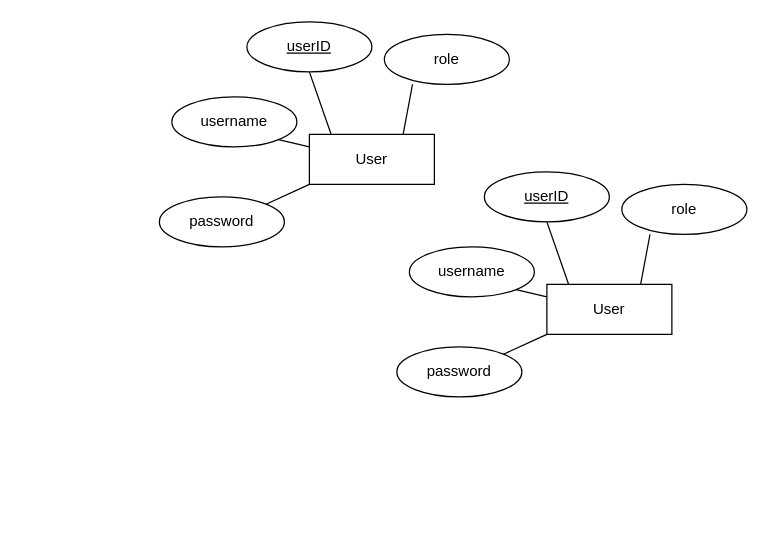
Before: Untitled Diagram.drawio in aurora-mei/BookSelling, a draw.io diagram. Source tidied: cells renumbered, new cells numbered last; positions are measured from the earlier drawing's top-left corner, leaving out a move shared by most shapes. Both pictures are drawn from the tidied source at 125%, with x=0, y=0 at pixel (159, 21).
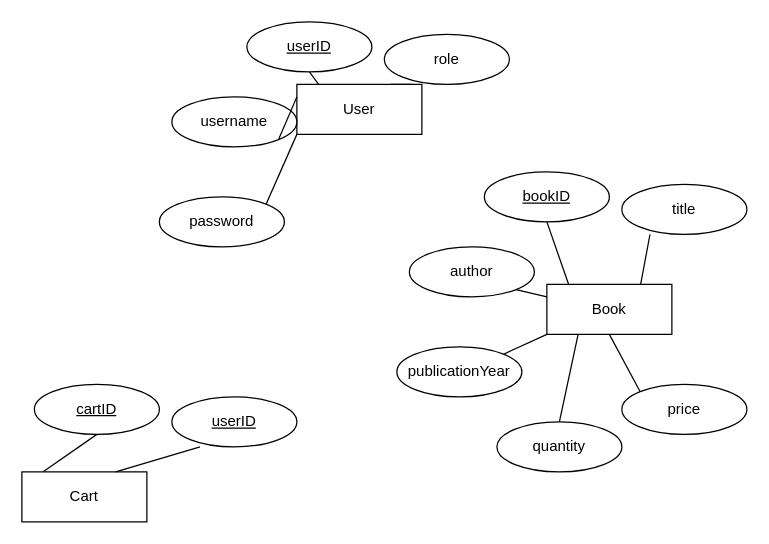
The same page after the edit.

Change to the diagram source:
```diff
@@
     <mxCell id="2" value="User" style="whiteSpace=wrap;html=1;align=center;" parent="1" vertex="1">
-      <mxGeometry x="120" y="90" width="100" height="40" as="geometry" />
+      <mxGeometry x="110" y="50" width="100" height="40" as="geometry" />
     </mxCell>
@@
-    <mxCell id="11" value="User" style="whiteSpace=wrap;html=1;align=center;" parent="1" vertex="1">
+    <mxCell id="11" value="Book" style="whiteSpace=wrap;html=1;align=center;" parent="1" vertex="1">
       <mxGeometry x="310" y="210" width="100" height="40" as="geometry" />
     </mxCell>
-    <mxCell id="12" value="userID" style="ellipse;whiteSpace=wrap;html=1;align=center;fontStyle=4;" parent="1" vertex="1">
+    <mxCell id="12" value="bookID" style="ellipse;whiteSpace=wrap;html=1;align=center;fontStyle=4;" parent="1" vertex="1">
       <mxGeometry x="260" y="120" width="100" height="40" as="geometry" />
     </mxCell>
-    <mxCell id="13" value="username" style="ellipse;whiteSpace=wrap;html=1;align=center;" parent="1" vertex="1">
+    <mxCell id="13" value="author" style="ellipse;whiteSpace=wrap;html=1;align=center;" parent="1" vertex="1">
       <mxGeometry x="200" y="180" width="100" height="40" as="geometry" />
     </mxCell>
-    <mxCell id="14" value="role" style="ellipse;whiteSpace=wrap;html=1;align=center;" parent="1" vertex="1">
+    <mxCell id="14" value="title" style="ellipse;whiteSpace=wrap;html=1;align=center;" parent="1" vertex="1">
       <mxGeometry x="370" y="130" width="100" height="40" as="geometry" />
     </mxCell>
-    <mxCell id="15" value="password" style="ellipse;whiteSpace=wrap;html=1;align=center;" parent="1" vertex="1">
+    <mxCell id="15" value="publicationYear" style="ellipse;whiteSpace=wrap;html=1;align=center;" parent="1" vertex="1">
       <mxGeometry x="190" y="260" width="100" height="40" as="geometry" />
     </mxCell>
@@
+    <mxCell id="20" value="quantity" style="ellipse;whiteSpace=wrap;html=1;align=center;" parent="1" vertex="1">
+      <mxGeometry x="270" y="320" width="100" height="40" as="geometry" />
+    </mxCell>
+    <mxCell id="21" value="price" style="ellipse;whiteSpace=wrap;html=1;align=center;" parent="1" vertex="1">
+      <mxGeometry x="370" y="290" width="100" height="40" as="geometry" />
+    </mxCell>
+    <mxCell id="22" style="endArrow=none;html=1;rounded=0;exitX=0.5;exitY=0;exitDx=0;exitDy=0;entryX=0.25;entryY=1;entryDx=0;entryDy=0;" parent="1" edge="1" source="20" target="11">
+      <mxGeometry relative="1" as="geometry" />
+    </mxCell>
+    <mxCell id="23" style="endArrow=none;html=1;rounded=0;exitX=0;exitY=0;exitDx=0;exitDy=0;entryX=0.5;entryY=1;entryDx=0;entryDy=0;" parent="1" edge="1" source="21" target="11">
+      <mxGeometry relative="1" as="geometry" />
+    </mxCell>
+    <mxCell id="24" value="Cart" style="whiteSpace=wrap;html=1;align=center;" parent="1" vertex="1">
+      <mxGeometry x="-110" y="360" width="100" height="40" as="geometry" />
+    </mxCell>
+    <mxCell id="25" value="cartID" style="ellipse;whiteSpace=wrap;html=1;align=center;fontStyle=4;" parent="1" vertex="1">
+      <mxGeometry x="-100" y="290" width="100" height="40" as="geometry" />
+    </mxCell>
+    <mxCell id="26" value="&lt;u&gt;userID&lt;/u&gt;" style="ellipse;whiteSpace=wrap;html=1;align=center;" parent="1" vertex="1">
+      <mxGeometry x="10" y="300" width="100" height="40" as="geometry" />
+    </mxCell>
+    <mxCell id="27" style="endArrow=none;html=1;rounded=0;exitX=0.5;exitY=1;exitDx=0;exitDy=0;entryX=0.173;entryY=-0.007;entryDx=0;entryDy=0;entryPerimeter=0;" parent="1" edge="1" source="25" target="24">
+      <mxGeometry relative="1" as="geometry" />
+    </mxCell>
+    <mxCell id="28" style="endArrow=none;html=1;rounded=0;exitX=0.75;exitY=0;exitDx=0;exitDy=0;entryX=0.225;entryY=1.001;entryDx=0;entryDy=0;entryPerimeter=0;" parent="1" edge="1" source="24" target="26">
+      <mxGeometry relative="1" as="geometry" />
+    </mxCell>
```
